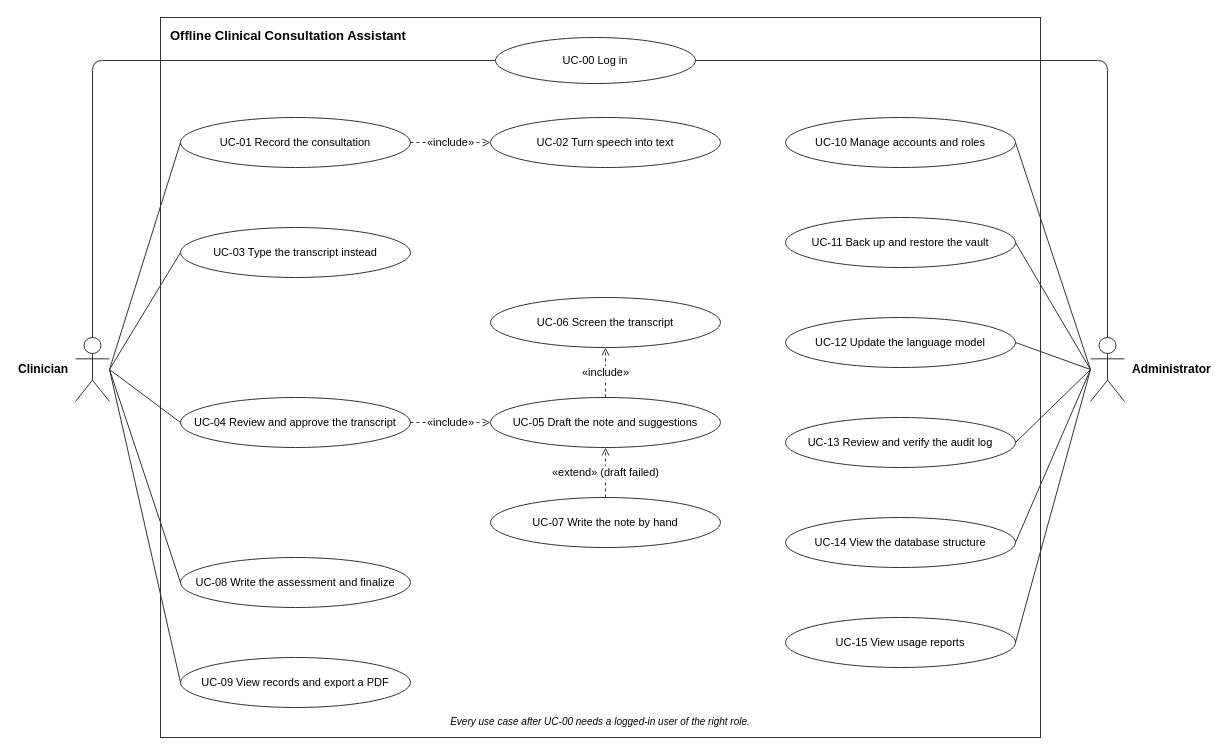
The draw.io diagram docs/design/fig-4-1-use-cases.drawio in kinuthia-mark/Offline-Desktop-Based-Medical-Professional-Clinical-Consultation-Assistant-, before the edit. Source tidied: cells renumbered, new cells numbered last; positions are measured from the earlier drawing's top-left corner, leaving out a move shared by most shapes. Both pictures are drawn from the tidied source at 100%, with x=0, y=0 at pixel (75, 17).
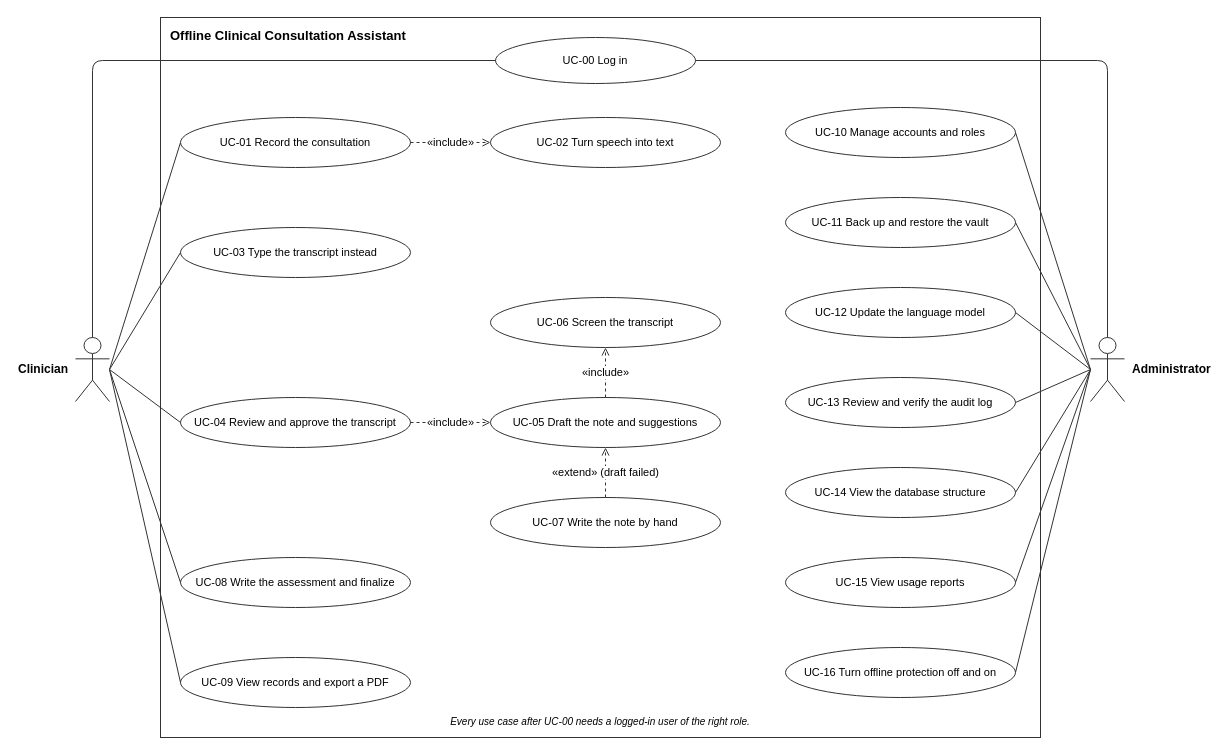
After the change.

Commit message:
docs(design): figure 4.1 shows the administrator's offline protection switch (UC-16)

Unchanged cells that the change refers to:
```xml
<mxCell id="4" value="Administrator" style="shape=umlActor;labelPosition=right;align=left;verticalLabelPosition=middle;verticalAlign=middle;spacingLeft=6;spacingRight=6;html=1;outlineConnect=0;fillColor=#ffffff;strokeColor=#333333;fontFamily=Helvetica;fontSize=12;fontStyle=1;" parent="1" vertex="1">
  <mxGeometry x="1015" y="320" width="34" height="64" as="geometry" />
</mxCell>
```

Change to the diagram source:
```diff
@@
     <mxCell id="15" value="UC-10 Manage accounts and roles" style="ellipse;whiteSpace=wrap;html=1;fillColor=#ffffff;strokeColor=#333333;fontFamily=Helvetica;fontSize=11;" parent="1" vertex="1">
-      <mxGeometry x="710" y="100" width="230" height="50" as="geometry" />
+      <mxGeometry x="710" y="90" width="230" height="50" as="geometry" />
     </mxCell>
     <mxCell id="16" value="UC-11 Back up and restore the vault" style="ellipse;whiteSpace=wrap;html=1;fillColor=#ffffff;strokeColor=#333333;fontFamily=Helvetica;fontSize=11;" parent="1" vertex="1">
-      <mxGeometry x="710" y="200" width="230" height="50" as="geometry" />
+      <mxGeometry x="710" y="180" width="230" height="50" as="geometry" />
     </mxCell>
     <mxCell id="17" value="UC-12 Update the language model" style="ellipse;whiteSpace=wrap;html=1;fillColor=#ffffff;strokeColor=#333333;fontFamily=Helvetica;fontSize=11;" parent="1" vertex="1">
-      <mxGeometry x="710" y="300" width="230" height="50" as="geometry" />
+      <mxGeometry x="710" y="270" width="230" height="50" as="geometry" />
     </mxCell>
     <mxCell id="18" value="UC-13 Review and verify the audit log" style="ellipse;whiteSpace=wrap;html=1;fillColor=#ffffff;strokeColor=#333333;fontFamily=Helvetica;fontSize=11;" parent="1" vertex="1">
-      <mxGeometry x="710" y="400" width="230" height="50" as="geometry" />
+      <mxGeometry x="710" y="360" width="230" height="50" as="geometry" />
     </mxCell>
     <mxCell id="19" value="UC-14 View the database structure" style="ellipse;whiteSpace=wrap;html=1;fillColor=#ffffff;strokeColor=#333333;fontFamily=Helvetica;fontSize=11;" parent="1" vertex="1">
-      <mxGeometry x="710" y="500" width="230" height="50" as="geometry" />
+      <mxGeometry x="710" y="450" width="230" height="50" as="geometry" />
     </mxCell>
     <mxCell id="20" value="UC-15 View usage reports" style="ellipse;whiteSpace=wrap;html=1;fillColor=#ffffff;strokeColor=#333333;fontFamily=Helvetica;fontSize=11;" parent="1" vertex="1">
-      <mxGeometry x="710" y="600" width="230" height="50" as="geometry" />
+      <mxGeometry x="710" y="540" width="230" height="50" as="geometry" />
     </mxCell>
@@
+    <mxCell id="39" value="UC-16 Turn offline protection off and on" style="ellipse;whiteSpace=wrap;html=1;fillColor=#ffffff;strokeColor=#333333;fontFamily=Helvetica;fontSize=11;" parent="1" vertex="1">
+      <mxGeometry x="710" y="630" width="230" height="50" as="geometry" />
+    </mxCell>
+    <mxCell id="40" style="html=1;strokeColor=#333333;fontFamily=Helvetica;fontSize=11;endArrow=none;endFill=1;startArrow=none;startFill=1;labelBackgroundColor=#ffffff;exitX=0;exitY=0.5;exitDx=0;exitDy=0;entryX=1;entryY=0.5;entryDx=0;entryDy=0;" parent="1" edge="1" source="4" target="39">
+      <mxGeometry relative="1" as="geometry" />
+    </mxCell>
```
